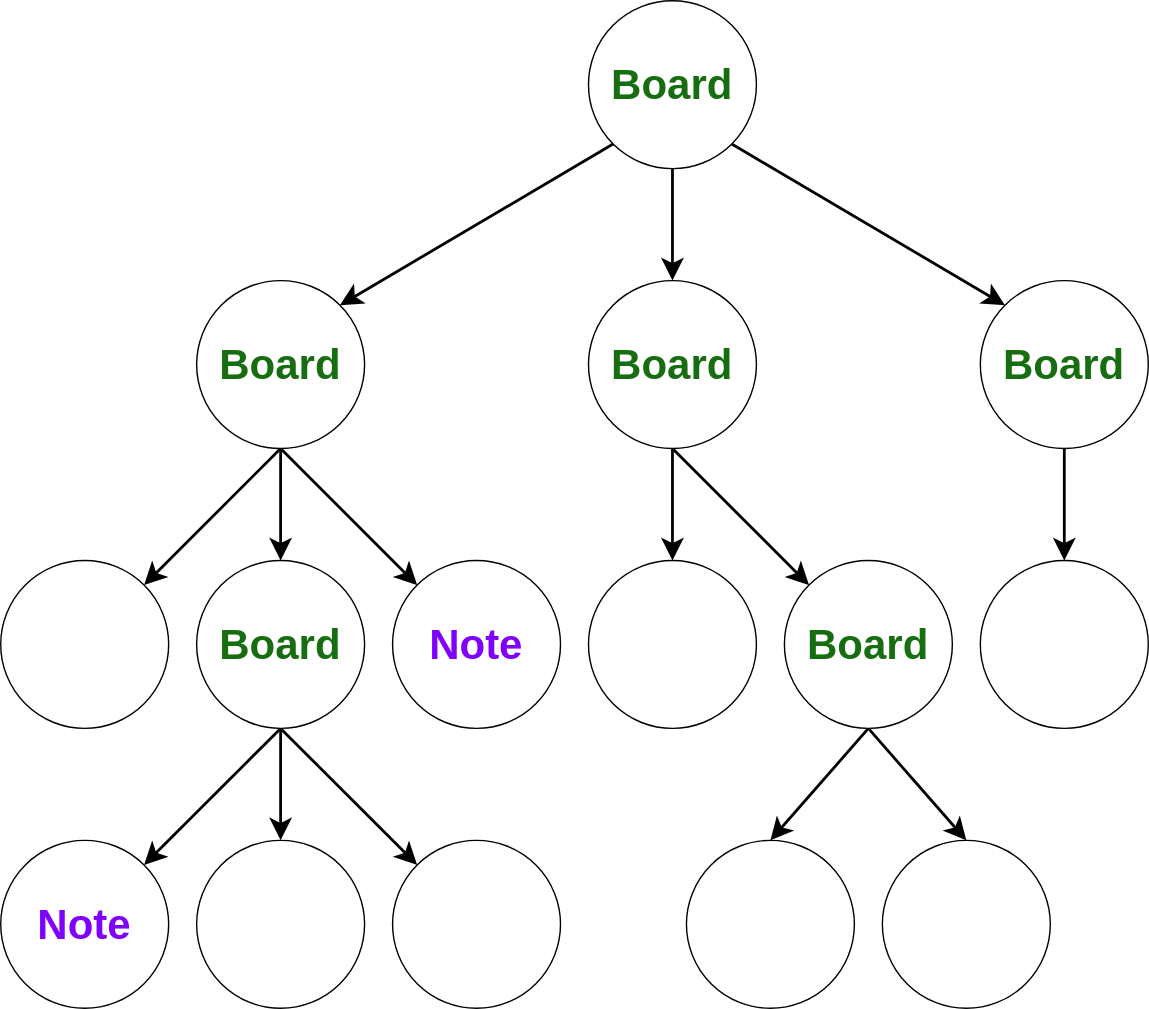
fanhenrique/my-tasks keeps this draw.io diagram as structure.svg. Above is the earlier version. Source tidied: cells renumbered, new cells last; positions are measured from the earlier drawing's top-left corner, leaving out a move shared by most shapes.
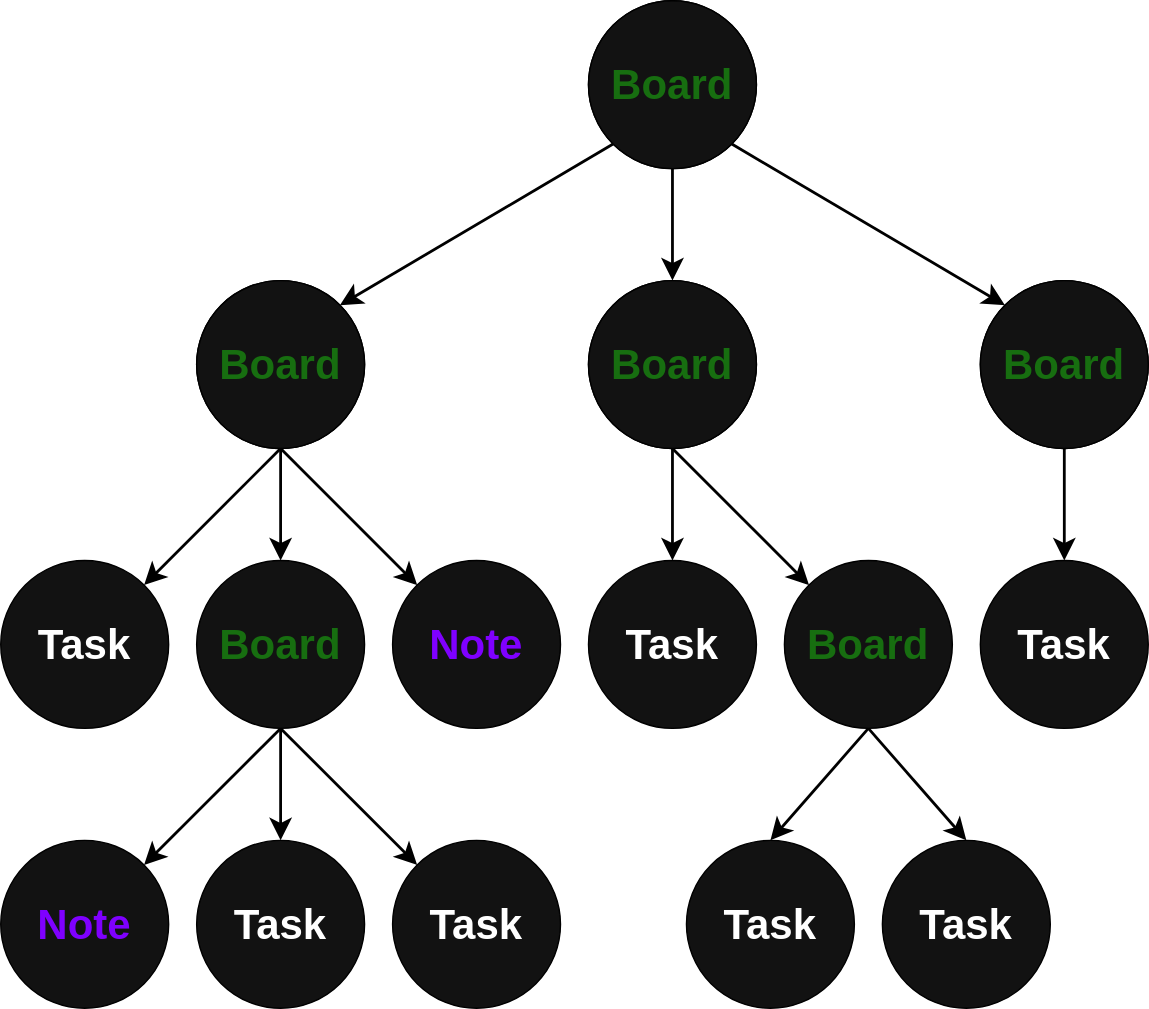
After the change.

The edit, as a diff of the source:
```diff
@@ -2,92 +2,104 @@
   <root>
     <mxCell id="0" />
     <mxCell id="1" parent="0" />
-    <mxCell id="2" style="edgeStyle=none;html=1;exitX=1;exitY=1;exitDx=0;exitDy=0;entryX=0;entryY=0;entryDx=0;entryDy=0;strokeWidth=2;fontColor=#4C0099;endSize=10;" parent="1" edge="1" source="5" target="29">
+    <mxCell id="2" style="edgeStyle=none;html=1;exitX=1;exitY=1;exitDx=0;exitDy=0;entryX=0;entryY=0;entryDx=0;entryDy=0;strokeWidth=2;fontColor=#4C0099;endSize=10;strokeColor=default;" parent="1" edge="1" source="5" target="29">
       <mxGeometry relative="1" as="geometry" />
     </mxCell>
-    <mxCell id="3" style="edgeStyle=none;html=1;exitX=0.5;exitY=1;exitDx=0;exitDy=0;entryX=0.5;entryY=0;entryDx=0;entryDy=0;strokeWidth=2;fontColor=#4C0099;endSize=10;" parent="1" edge="1" source="5" target="8">
+    <mxCell id="3" style="edgeStyle=none;html=1;exitX=0.5;exitY=1;exitDx=0;exitDy=0;entryX=0.5;entryY=0;entryDx=0;entryDy=0;strokeWidth=2;fontColor=#4C0099;endSize=10;strokeColor=default;" parent="1" edge="1" source="5" target="8">
       <mxGeometry relative="1" as="geometry" />
     </mxCell>
-    <mxCell id="4" style="edgeStyle=none;html=1;exitX=0;exitY=1;exitDx=0;exitDy=0;entryX=1;entryY=0;entryDx=0;entryDy=0;strokeWidth=2;fontColor=#4C0099;endSize=10;" parent="1" edge="1" source="5" target="12">
+    <mxCell id="4" style="edgeStyle=none;html=1;exitX=0;exitY=1;exitDx=0;exitDy=0;entryX=1;entryY=0;entryDx=0;entryDy=0;strokeWidth=2;fontColor=#4C0099;endSize=10;strokeColor=default;" parent="1" edge="1" source="5" target="12">
       <mxGeometry relative="1" as="geometry" />
     </mxCell>
-    <mxCell id="5" value="&lt;font color=&quot;#176e10&quot; style=&quot;font-size: 30px;&quot;&gt;&lt;b style=&quot;&quot;&gt;Board&lt;/b&gt;&lt;/font&gt;" style="ellipse;whiteSpace=wrap;html=1;" parent="1" vertex="1">
+    <mxCell id="5" value="&lt;font color=&quot;#176e10&quot; style=&quot;font-size: 30px;&quot;&gt;&lt;b style=&quot;&quot;&gt;Board&lt;/b&gt;&lt;/font&gt;" style="ellipse;whiteSpace=wrap;html=1;strokeColor=default;" parent="1" vertex="1">
       <mxGeometry x="420" width="120" height="120" as="geometry" />
     </mxCell>
-    <mxCell id="6" style="edgeStyle=none;html=1;exitX=0.5;exitY=1;exitDx=0;exitDy=0;entryX=0;entryY=0;entryDx=0;entryDy=0;strokeWidth=2;fontColor=#4C0099;endSize=10;" parent="1" edge="1" source="8" target="15">
+    <mxCell id="6" style="edgeStyle=none;html=1;exitX=0.5;exitY=1;exitDx=0;exitDy=0;entryX=0;entryY=0;entryDx=0;entryDy=0;strokeWidth=2;fontColor=#4C0099;endSize=10;strokeColor=default;" parent="1" edge="1" source="8" target="15">
       <mxGeometry relative="1" as="geometry" />
     </mxCell>
-    <mxCell id="7" style="edgeStyle=none;html=1;exitX=0.5;exitY=1;exitDx=0;exitDy=0;entryX=0.5;entryY=0;entryDx=0;entryDy=0;strokeWidth=2;fontColor=#4C0099;endSize=10;" parent="1" edge="1" source="8" target="27">
+    <mxCell id="7" style="edgeStyle=none;html=1;exitX=0.5;exitY=1;exitDx=0;exitDy=0;entryX=0.5;entryY=0;entryDx=0;entryDy=0;strokeWidth=2;fontColor=#4C0099;endSize=10;strokeColor=default;" parent="1" edge="1" source="8" target="27">
       <mxGeometry relative="1" as="geometry" />
     </mxCell>
-    <mxCell id="8" value="&lt;font color=&quot;#176e10&quot; style=&quot;font-size: 30px;&quot;&gt;&lt;b style=&quot;&quot;&gt;Board&lt;/b&gt;&lt;/font&gt;" style="ellipse;whiteSpace=wrap;html=1;" parent="1" vertex="1">
+    <mxCell id="8" value="&lt;font color=&quot;#176e10&quot; style=&quot;font-size: 30px;&quot;&gt;&lt;b style=&quot;&quot;&gt;Board&lt;/b&gt;&lt;/font&gt;" style="ellipse;whiteSpace=wrap;html=1;strokeColor=default;" parent="1" vertex="1">
       <mxGeometry x="420" y="200" width="120" height="120" as="geometry" />
     </mxCell>
-    <mxCell id="9" style="edgeStyle=none;html=1;exitX=0.5;exitY=1;exitDx=0;exitDy=0;entryX=1;entryY=0;entryDx=0;entryDy=0;fontColor=#4C0099;endSize=10;strokeWidth=2;" parent="1" edge="1" source="12" target="20">
+    <mxCell id="9" style="edgeStyle=none;html=1;exitX=0.5;exitY=1;exitDx=0;exitDy=0;entryX=1;entryY=0;entryDx=0;entryDy=0;fontColor=#4C0099;endSize=10;strokeWidth=2;strokeColor=default;" parent="1" edge="1" source="12" target="20">
       <mxGeometry relative="1" as="geometry" />
     </mxCell>
-    <mxCell id="10" style="edgeStyle=none;html=1;exitX=0.5;exitY=1;exitDx=0;exitDy=0;entryX=0.5;entryY=0;entryDx=0;entryDy=0;fontColor=#4C0099;endSize=10;strokeWidth=2;" parent="1" edge="1" source="12" target="19">
+    <mxCell id="10" style="edgeStyle=none;html=1;exitX=0.5;exitY=1;exitDx=0;exitDy=0;entryX=0.5;entryY=0;entryDx=0;entryDy=0;fontColor=#4C0099;endSize=10;strokeWidth=2;strokeColor=default;" parent="1" edge="1" source="12" target="19">
       <mxGeometry relative="1" as="geometry" />
     </mxCell>
-    <mxCell id="11" style="edgeStyle=none;html=1;exitX=0.5;exitY=1;exitDx=0;exitDy=0;entryX=0;entryY=0;entryDx=0;entryDy=0;fontColor=#4C0099;endSize=10;strokeWidth=2;" parent="1" edge="1" source="12" target="21">
+    <mxCell id="11" style="edgeStyle=none;html=1;exitX=0.5;exitY=1;exitDx=0;exitDy=0;entryX=0;entryY=0;entryDx=0;entryDy=0;fontColor=#4C0099;endSize=10;strokeWidth=2;strokeColor=default;" parent="1" edge="1" source="12" target="21">
       <mxGeometry relative="1" as="geometry" />
     </mxCell>
-    <mxCell id="12" value="&lt;font color=&quot;#176e10&quot; style=&quot;font-size: 30px;&quot;&gt;&lt;b style=&quot;&quot;&gt;Board&lt;/b&gt;&lt;/font&gt;" style="ellipse;whiteSpace=wrap;html=1;" parent="1" vertex="1">
+    <mxCell id="12" value="&lt;font color=&quot;#176e10&quot; style=&quot;font-size: 30px;&quot;&gt;&lt;b style=&quot;&quot;&gt;Board&lt;/b&gt;&lt;/font&gt;" style="ellipse;whiteSpace=wrap;html=1;strokeColor=default;" parent="1" vertex="1">
       <mxGeometry x="140" y="200" width="120" height="120" as="geometry" />
     </mxCell>
-    <mxCell id="13" style="edgeStyle=none;html=1;exitX=0.5;exitY=1;exitDx=0;exitDy=0;entryX=0.5;entryY=0;entryDx=0;entryDy=0;fontColor=#4C0099;endSize=10;strokeWidth=2;" parent="1" edge="1" source="15" target="26">
+    <mxCell id="13" style="edgeStyle=none;html=1;exitX=0.5;exitY=1;exitDx=0;exitDy=0;entryX=0.5;entryY=0;entryDx=0;entryDy=0;fontColor=#4C0099;endSize=10;strokeWidth=2;strokeColor=default;" parent="1" edge="1" source="15" target="26">
       <mxGeometry relative="1" as="geometry" />
     </mxCell>
-    <mxCell id="14" style="edgeStyle=none;html=1;exitX=0.5;exitY=1;exitDx=0;exitDy=0;strokeWidth=2;fontColor=#4C0099;endSize=10;entryX=0.5;entryY=0;entryDx=0;entryDy=0;" parent="1" edge="1" source="15" target="25">
+    <mxCell id="14" style="edgeStyle=none;html=1;exitX=0.5;exitY=1;exitDx=0;exitDy=0;strokeWidth=2;fontColor=#4C0099;endSize=10;entryX=0.5;entryY=0;entryDx=0;entryDy=0;strokeColor=default;" parent="1" edge="1" source="15" target="25">
       <mxGeometry relative="1" as="geometry" />
     </mxCell>
-    <mxCell id="15" value="&lt;font color=&quot;#176e10&quot; style=&quot;font-size: 30px;&quot;&gt;&lt;b style=&quot;&quot;&gt;Board&lt;/b&gt;&lt;/font&gt;" style="ellipse;whiteSpace=wrap;html=1;" parent="1" vertex="1">
+    <mxCell id="15" value="&lt;font color=&quot;#176e10&quot; style=&quot;font-size: 30px;&quot;&gt;&lt;b style=&quot;&quot;&gt;Board&lt;/b&gt;&lt;/font&gt;" style="ellipse;whiteSpace=wrap;html=1;strokeColor=default;fillColor=#121212;gradientColor=none;" parent="1" vertex="1">
       <mxGeometry x="560" y="400" width="120" height="120" as="geometry" />
     </mxCell>
-    <mxCell id="16" style="edgeStyle=none;html=1;exitX=0.5;exitY=1;exitDx=0;exitDy=0;entryX=0.5;entryY=0;entryDx=0;entryDy=0;fontColor=#4C0099;endSize=10;strokeWidth=2;" parent="1" edge="1" source="19" target="23">
+    <mxCell id="16" style="edgeStyle=none;html=1;exitX=0.5;exitY=1;exitDx=0;exitDy=0;entryX=0.5;entryY=0;entryDx=0;entryDy=0;fontColor=#4C0099;endSize=10;strokeWidth=2;strokeColor=default;" parent="1" edge="1" source="19" target="23">
       <mxGeometry relative="1" as="geometry" />
     </mxCell>
-    <mxCell id="17" style="edgeStyle=none;html=1;exitX=0.5;exitY=1;exitDx=0;exitDy=0;entryX=0;entryY=0;entryDx=0;entryDy=0;fontColor=#4C0099;endSize=10;strokeWidth=2;" parent="1" edge="1" source="19" target="22">
+    <mxCell id="17" style="edgeStyle=none;html=1;exitX=0.5;exitY=1;exitDx=0;exitDy=0;entryX=0;entryY=0;entryDx=0;entryDy=0;fontColor=#4C0099;endSize=10;strokeWidth=2;strokeColor=default;" parent="1" edge="1" source="19" target="22">
       <mxGeometry relative="1" as="geometry" />
     </mxCell>
-    <mxCell id="18" style="edgeStyle=none;html=1;exitX=0.5;exitY=1;exitDx=0;exitDy=0;entryX=1;entryY=0;entryDx=0;entryDy=0;fontColor=#4C0099;endSize=10;strokeWidth=2;" parent="1" edge="1" source="19" target="24">
+    <mxCell id="18" style="edgeStyle=none;html=1;exitX=0.5;exitY=1;exitDx=0;exitDy=0;entryX=1;entryY=0;entryDx=0;entryDy=0;fontColor=#4C0099;endSize=10;strokeWidth=2;strokeColor=default;" parent="1" edge="1" source="19" target="24">
       <mxGeometry relative="1" as="geometry" />
     </mxCell>
-    <mxCell id="19" value="&lt;font color=&quot;#176e10&quot; style=&quot;font-size: 30px;&quot;&gt;&lt;b style=&quot;&quot;&gt;Board&lt;/b&gt;&lt;/font&gt;" style="ellipse;whiteSpace=wrap;html=1;" parent="1" vertex="1">
+    <mxCell id="19" value="&lt;font color=&quot;#176e10&quot; style=&quot;font-size: 30px;&quot;&gt;&lt;b style=&quot;&quot;&gt;Board&lt;/b&gt;&lt;/font&gt;" style="ellipse;whiteSpace=wrap;html=1;strokeColor=default;fillColor=#121212;gradientColor=none;" parent="1" vertex="1">
       <mxGeometry x="140" y="400" width="120" height="120" as="geometry" />
     </mxCell>
-    <mxCell id="20" value="&lt;font color=&quot;#ffffff&quot; style=&quot;font-size: 30px;&quot;&gt;&lt;b style=&quot;&quot;&gt;Task&lt;/b&gt;&lt;/font&gt;" style="ellipse;whiteSpace=wrap;html=1;" parent="1" vertex="1">
+    <mxCell id="20" value="&lt;font color=&quot;#ffffff&quot; style=&quot;font-size: 30px;&quot;&gt;&lt;b style=&quot;&quot;&gt;Task&lt;/b&gt;&lt;/font&gt;" style="ellipse;whiteSpace=wrap;html=1;strokeColor=default;fillColor=#121212;gradientColor=none;" parent="1" vertex="1">
       <mxGeometry y="400" width="120" height="120" as="geometry" />
     </mxCell>
-    <mxCell id="21" value="&lt;font color=&quot;#7f00ff&quot; style=&quot;font-size: 30px;&quot;&gt;&lt;b style=&quot;&quot;&gt;Note&lt;/b&gt;&lt;/font&gt;" style="ellipse;whiteSpace=wrap;html=1;" parent="1" vertex="1">
+    <mxCell id="21" value="&lt;font color=&quot;#7f00ff&quot; style=&quot;font-size: 30px;&quot;&gt;&lt;b style=&quot;&quot;&gt;Note&lt;/b&gt;&lt;/font&gt;" style="ellipse;whiteSpace=wrap;html=1;strokeColor=default;fillColor=#121212;gradientColor=none;" parent="1" vertex="1">
       <mxGeometry x="280" y="400" width="120" height="120" as="geometry" />
     </mxCell>
-    <mxCell id="22" value="&lt;font color=&quot;#ffffff&quot; style=&quot;font-size: 30px;&quot;&gt;&lt;b style=&quot;&quot;&gt;Task&lt;/b&gt;&lt;/font&gt;" style="ellipse;whiteSpace=wrap;html=1;" parent="1" vertex="1">
+    <mxCell id="22" value="&lt;font color=&quot;#ffffff&quot; style=&quot;font-size: 30px;&quot;&gt;&lt;b style=&quot;&quot;&gt;Task&lt;/b&gt;&lt;/font&gt;" style="ellipse;whiteSpace=wrap;html=1;strokeColor=default;fillColor=#121212;gradientColor=none;" parent="1" vertex="1">
       <mxGeometry x="280" y="600" width="120" height="120" as="geometry" />
     </mxCell>
-    <mxCell id="23" value="&lt;font color=&quot;#ffffff&quot; style=&quot;font-size: 30px;&quot;&gt;&lt;b style=&quot;&quot;&gt;Task&lt;/b&gt;&lt;/font&gt;" style="ellipse;whiteSpace=wrap;html=1;" parent="1" vertex="1">
+    <mxCell id="23" value="&lt;font color=&quot;#ffffff&quot; style=&quot;font-size: 30px;&quot;&gt;&lt;b style=&quot;&quot;&gt;Task&lt;/b&gt;&lt;/font&gt;" style="ellipse;whiteSpace=wrap;html=1;strokeColor=default;fillColor=#121212;gradientColor=none;" parent="1" vertex="1">
       <mxGeometry x="140" y="600" width="120" height="120" as="geometry" />
     </mxCell>
-    <mxCell id="24" value="&lt;font color=&quot;#7f00ff&quot; style=&quot;font-size: 30px;&quot;&gt;&lt;b style=&quot;&quot;&gt;Note&lt;/b&gt;&lt;/font&gt;" style="ellipse;whiteSpace=wrap;html=1;" parent="1" vertex="1">
+    <mxCell id="24" value="&lt;font color=&quot;#7f00ff&quot; style=&quot;font-size: 30px;&quot;&gt;&lt;b style=&quot;&quot;&gt;Note&lt;/b&gt;&lt;/font&gt;" style="ellipse;whiteSpace=wrap;html=1;strokeColor=default;fillColor=#121212;gradientColor=none;" parent="1" vertex="1">
       <mxGeometry y="600" width="120" height="120" as="geometry" />
     </mxCell>
-    <mxCell id="25" value="&lt;font color=&quot;#ffffff&quot; style=&quot;font-size: 30px;&quot;&gt;&lt;b style=&quot;&quot;&gt;Task&lt;/b&gt;&lt;/font&gt;" style="ellipse;whiteSpace=wrap;html=1;" parent="1" vertex="1">
+    <mxCell id="25" value="&lt;font color=&quot;#ffffff&quot; style=&quot;font-size: 30px;&quot;&gt;&lt;b style=&quot;&quot;&gt;Task&lt;/b&gt;&lt;/font&gt;" style="ellipse;whiteSpace=wrap;html=1;strokeColor=default;fillColor=#121212;gradientColor=none;" parent="1" vertex="1">
       <mxGeometry x="630" y="600" width="120" height="120" as="geometry" />
     </mxCell>
-    <mxCell id="26" value="&lt;font color=&quot;#ffffff&quot; style=&quot;font-size: 30px;&quot;&gt;&lt;b style=&quot;&quot;&gt;Task&lt;/b&gt;&lt;/font&gt;" style="ellipse;whiteSpace=wrap;html=1;" parent="1" vertex="1">
+    <mxCell id="26" value="&lt;font color=&quot;#ffffff&quot; style=&quot;font-size: 30px;&quot;&gt;&lt;b style=&quot;&quot;&gt;Task&lt;/b&gt;&lt;/font&gt;" style="ellipse;whiteSpace=wrap;html=1;strokeColor=default;fillColor=#121212;gradientColor=none;" parent="1" vertex="1">
       <mxGeometry x="490" y="600" width="120" height="120" as="geometry" />
     </mxCell>
-    <mxCell id="27" value="&lt;font color=&quot;#ffffff&quot; style=&quot;font-size: 30px;&quot;&gt;&lt;b style=&quot;&quot;&gt;Task&lt;/b&gt;&lt;/font&gt;" style="ellipse;whiteSpace=wrap;html=1;" parent="1" vertex="1">
+    <mxCell id="27" value="&lt;font color=&quot;#ffffff&quot; style=&quot;font-size: 30px;&quot;&gt;&lt;b style=&quot;&quot;&gt;Task&lt;/b&gt;&lt;/font&gt;" style="ellipse;whiteSpace=wrap;html=1;strokeColor=default;fillColor=#121212;gradientColor=none;" parent="1" vertex="1">
       <mxGeometry x="420" y="400" width="120" height="120" as="geometry" />
     </mxCell>
-    <mxCell id="28" style="edgeStyle=none;html=1;exitX=0.5;exitY=1;exitDx=0;exitDy=0;entryX=0.5;entryY=0;entryDx=0;entryDy=0;strokeWidth=2;fontColor=#4C0099;endSize=10;" parent="1" edge="1" source="29" target="30">
+    <mxCell id="28" style="edgeStyle=none;html=1;exitX=0.5;exitY=1;exitDx=0;exitDy=0;entryX=0.5;entryY=0;entryDx=0;entryDy=0;strokeWidth=2;fontColor=#4C0099;endSize=10;strokeColor=default;" parent="1" edge="1" source="29" target="30">
       <mxGeometry relative="1" as="geometry" />
     </mxCell>
-    <mxCell id="29" value="&lt;font color=&quot;#176e10&quot; style=&quot;font-size: 30px;&quot;&gt;&lt;b style=&quot;&quot;&gt;Board&lt;/b&gt;&lt;/font&gt;" style="ellipse;whiteSpace=wrap;html=1;" parent="1" vertex="1">
+    <mxCell id="29" value="&lt;font color=&quot;#176e10&quot; style=&quot;font-size: 30px;&quot;&gt;&lt;b style=&quot;&quot;&gt;Board&lt;/b&gt;&lt;/font&gt;" style="ellipse;whiteSpace=wrap;html=1;strokeColor=default;" parent="1" vertex="1">
       <mxGeometry x="700" y="200" width="120" height="120" as="geometry" />
     </mxCell>
-    <mxCell id="30" value="&lt;font color=&quot;#ffffff&quot; style=&quot;font-size: 30px;&quot;&gt;&lt;b style=&quot;&quot;&gt;Task&lt;/b&gt;&lt;/font&gt;" style="ellipse;whiteSpace=wrap;html=1;" parent="1" vertex="1">
+    <mxCell id="30" value="&lt;font color=&quot;#ffffff&quot; style=&quot;font-size: 30px;&quot;&gt;&lt;b style=&quot;&quot;&gt;Task&lt;/b&gt;&lt;/font&gt;" style="ellipse;whiteSpace=wrap;html=1;strokeColor=default;fillColor=#121212;gradientColor=none;" parent="1" vertex="1">
       <mxGeometry x="700" y="400" width="120" height="120" as="geometry" />
     </mxCell>
+    <mxCell id="31" value="&lt;font color=&quot;#176e10&quot; style=&quot;font-size: 30px;&quot;&gt;&lt;b style=&quot;&quot;&gt;Board&lt;/b&gt;&lt;/font&gt;" style="ellipse;whiteSpace=wrap;html=1;strokeColor=default;gradientColor=none;fillColor=#121212;" parent="1" vertex="1">
+      <mxGeometry x="420" width="120" height="120" as="geometry" />
+    </mxCell>
+    <mxCell id="32" value="&lt;font color=&quot;#176e10&quot; style=&quot;font-size: 30px;&quot;&gt;&lt;b style=&quot;&quot;&gt;Board&lt;/b&gt;&lt;/font&gt;" style="ellipse;whiteSpace=wrap;html=1;strokeColor=default;fillColor=#121212;gradientColor=none;" parent="1" vertex="1">
+      <mxGeometry x="140" y="200" width="120" height="120" as="geometry" />
+    </mxCell>
+    <mxCell id="33" value="&lt;font color=&quot;#176e10&quot; style=&quot;font-size: 30px;&quot;&gt;&lt;b style=&quot;&quot;&gt;Board&lt;/b&gt;&lt;/font&gt;" style="ellipse;whiteSpace=wrap;html=1;strokeColor=default;fillColor=#121212;gradientColor=none;" parent="1" vertex="1">
+      <mxGeometry x="420" y="200" width="120" height="120" as="geometry" />
+    </mxCell>
+    <mxCell id="34" value="&lt;font color=&quot;#176e10&quot; style=&quot;font-size: 30px;&quot;&gt;&lt;b style=&quot;&quot;&gt;Board&lt;/b&gt;&lt;/font&gt;" style="ellipse;whiteSpace=wrap;html=1;fillStyle=auto;strokeColor=default;fillColor=#121212;gradientColor=none;" parent="1" vertex="1">
+      <mxGeometry x="700" y="200" width="120" height="120" as="geometry" />
+    </mxCell>
   </root>
 </mxGraphModel>
```
